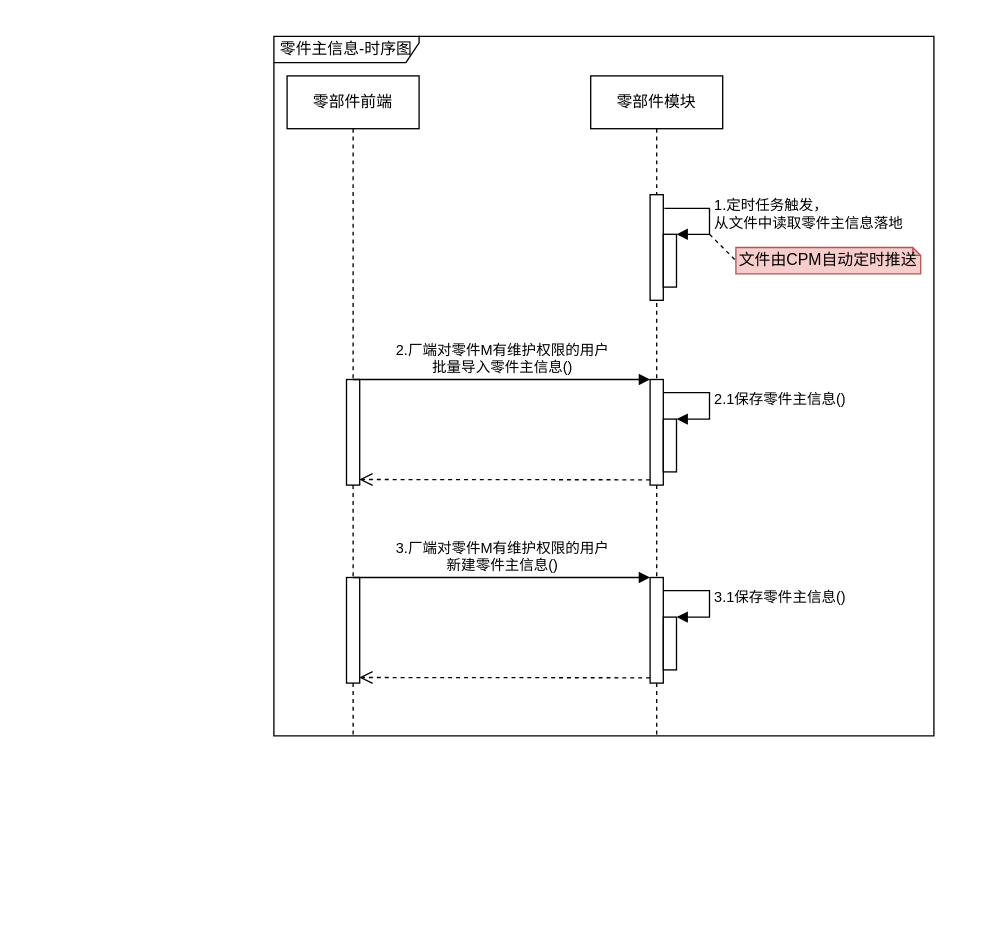
Earlier version of the draw.io diagram page "时序图" (1 of 6) of 零件主信息.drawio (1132489442/gitRepository1). Source tidied: cells renumbered, new cells numbered last; positions are measured from the earlier drawing's top-left corner, leaving out a move shared by most shapes. Both pictures are drawn from the tidied source at 132%, with x=0, y=0 at pixel (273, 36).
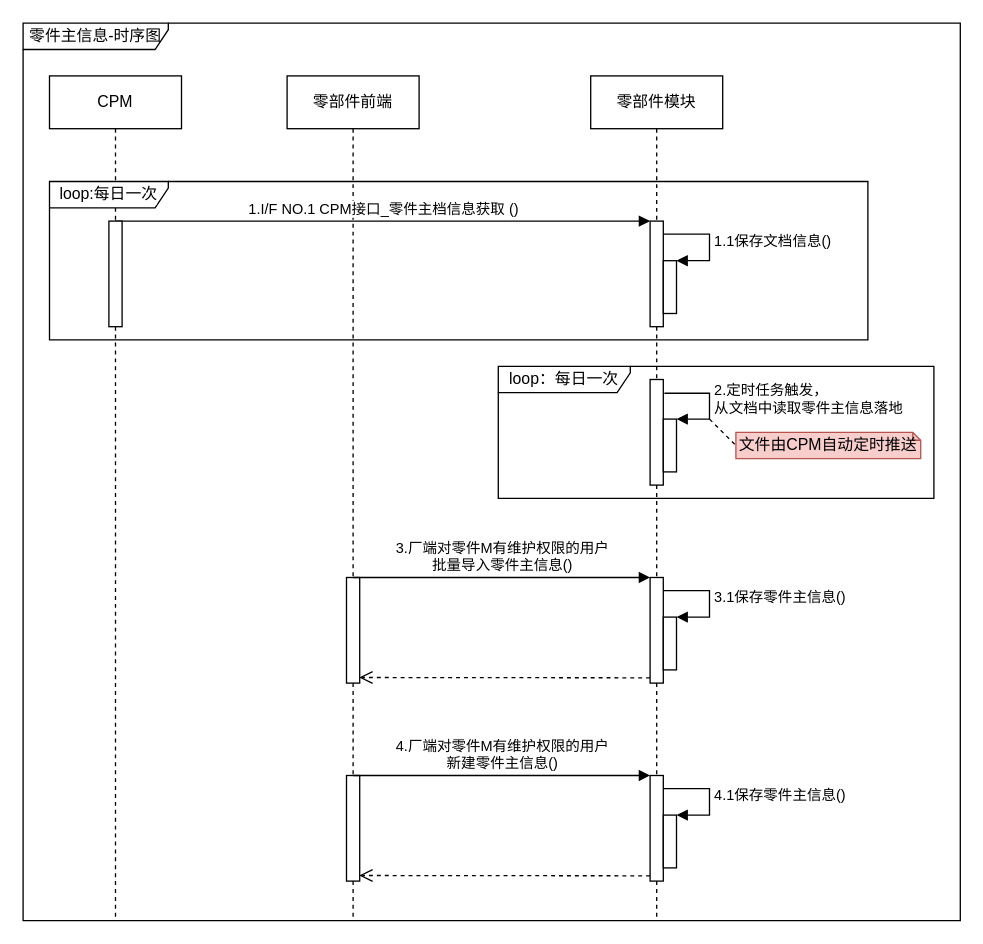
After the change.

Diff of the diagram source:
```diff
@@
     <mxCell id="2" value="零部件模块" style="shape=umlLifeline;perimeter=lifelinePerimeter;whiteSpace=wrap;html=1;" parent="1" vertex="1">
-      <mxGeometry x="240" y="30" width="100" height="500" as="geometry" />
+      <mxGeometry x="240" y="30" width="100" height="640" as="geometry" />
     </mxCell>
     <mxCell id="3" style="html=1;points=[];perimeter=orthogonalPerimeter;" parent="2" vertex="1">
-      <mxGeometry x="45" y="90" width="10" height="80" as="geometry" />
+      <mxGeometry x="45" y="230" width="10" height="80" as="geometry" />
     </mxCell>
     <mxCell id="4" style="html=1;points=[];perimeter=orthogonalPerimeter;" parent="2" vertex="1">
-      <mxGeometry x="55" y="120" width="10" height="40" as="geometry" />
+      <mxGeometry x="55" y="260" width="10" height="40" as="geometry" />
     </mxCell>
-    <mxCell id="5" value="1.定时任务触发，&lt;br&gt;从文件中读取零件主信息落地" style="edgeStyle=orthogonalEdgeStyle;html=1;align=left;spacingLeft=2;endArrow=block;rounded=0;entryX=1;entryY=0;exitX=1.083;exitY=0.13;exitDx=0;exitDy=0;exitPerimeter=0;" parent="2" edge="1" source="3" target="4">
+    <mxCell id="5" value="2.定时任务触发，&lt;br&gt;从文档中读取零件主信息落地" style="edgeStyle=orthogonalEdgeStyle;html=1;align=left;spacingLeft=2;endArrow=block;rounded=0;entryX=1;entryY=0;exitX=1.083;exitY=0.13;exitDx=0;exitDy=0;exitPerimeter=0;" parent="2" edge="1" source="3" target="4">
       <mxGeometry relative="1" as="geometry">
         <Array as="points">
-          <mxPoint x="90" y="100" />
-          <mxPoint x="90" y="120" />
+          <mxPoint x="90" y="240" />
+          <mxPoint x="90" y="260" />
         </Array>
       </mxGeometry>
     </mxCell>
     <mxCell id="6" style="html=1;points=[];perimeter=orthogonalPerimeter;" parent="2" vertex="1">
-      <mxGeometry x="45" y="230" width="10" height="80" as="geometry" />
+      <mxGeometry x="45" y="380" width="10" height="80" as="geometry" />
     </mxCell>
     <mxCell id="7" style="html=1;points=[];perimeter=orthogonalPerimeter;" parent="2" vertex="1">
-      <mxGeometry x="55" y="260" width="10" height="40" as="geometry" />
+      <mxGeometry x="55" y="410" width="10" height="40" as="geometry" />
     </mxCell>
-    <mxCell id="8" value="2.1保存零件主信息()" style="edgeStyle=orthogonalEdgeStyle;html=1;align=left;spacingLeft=2;endArrow=block;rounded=0;entryX=1;entryY=0;exitX=1.041;exitY=0.124;exitDx=0;exitDy=0;exitPerimeter=0;" parent="2" edge="1" source="6" target="7">
+    <mxCell id="8" value="3.1保存零件主信息()" style="edgeStyle=orthogonalEdgeStyle;html=1;align=left;spacingLeft=2;endArrow=block;rounded=0;entryX=1;entryY=0;exitX=1.041;exitY=0.124;exitDx=0;exitDy=0;exitPerimeter=0;" parent="2" edge="1" source="6" target="7">
       <mxGeometry relative="1" as="geometry">
         <Array as="points">
-          <mxPoint x="90" y="240" />
-          <mxPoint x="90" y="260" />
+          <mxPoint x="90" y="390" />
+          <mxPoint x="90" y="410" />
         </Array>
       </mxGeometry>
     </mxCell>
     <mxCell id="9" value="零部件前端" style="shape=umlLifeline;perimeter=lifelinePerimeter;whiteSpace=wrap;html=1;" parent="1" vertex="1">
-      <mxGeometry x="10" y="30" width="100" height="500" as="geometry" />
+      <mxGeometry x="10" y="30" width="100" height="640" as="geometry" />
     </mxCell>
     <mxCell id="10" style="html=1;points=[];perimeter=orthogonalPerimeter;" parent="9" vertex="1">
-      <mxGeometry x="45" y="230" width="10" height="80" as="geometry" />
+      <mxGeometry x="45" y="380" width="10" height="80" as="geometry" />
     </mxCell>
     <mxCell id="11" value="文件由CPM自动定时推送" style="shape=note;whiteSpace=wrap;html=1;backgroundOutline=1;darkOpacity=0.05;size=6;fillColor=#f8cecc;strokeColor=#b85450;" parent="1" vertex="1">
-      <mxGeometry x="350" y="160" width="140" height="20" as="geometry" />
+      <mxGeometry x="350" y="300" width="140" height="20" as="geometry" />
     </mxCell>
     <mxCell id="12" style="endArrow=none;dashed=1;html=1;rounded=0;entryX=0;entryY=0.5;entryDx=0;entryDy=0;entryPerimeter=0;" parent="1" edge="1" target="11">
       <mxGeometry relative="1" as="geometry">
-        <mxPoint x="330" y="150" as="sourcePoint" />
+        <mxPoint x="330" y="290" as="sourcePoint" />
       </mxGeometry>
     </mxCell>
-    <mxCell id="13" value="2.厂端对零件M有维护权限的用户&lt;br&gt;批量导入零件主信息()" style="html=1;verticalAlign=bottom;endArrow=block;entryX=0;entryY=0;rounded=0;" parent="1" edge="1" target="6">
+    <mxCell id="13" value="3.厂端对零件M有维护权限的用户&lt;br&gt;批量导入零件主信息()" style="html=1;verticalAlign=bottom;endArrow=block;entryX=0;entryY=0;rounded=0;" parent="1" edge="1" target="6">
       <mxGeometry relative="1" as="geometry">
-        <mxPoint x="60" y="260" as="sourcePoint" />
+        <mxPoint x="60" y="410" as="sourcePoint" />
       </mxGeometry>
     </mxCell>
@@
     <mxCell id="15" style="html=1;points=[];perimeter=orthogonalPerimeter;" parent="1" vertex="1">
-      <mxGeometry x="285" y="410" width="10" height="80" as="geometry" />
+      <mxGeometry x="285" y="560" width="10" height="80" as="geometry" />
     </mxCell>
     <mxCell id="16" style="html=1;points=[];perimeter=orthogonalPerimeter;" parent="1" vertex="1">
-      <mxGeometry x="295" y="440" width="10" height="40" as="geometry" />
+      <mxGeometry x="295" y="590" width="10" height="40" as="geometry" />
     </mxCell>
-    <mxCell id="17" value="3.1保存零件主信息()" style="edgeStyle=orthogonalEdgeStyle;html=1;align=left;spacingLeft=2;endArrow=block;rounded=0;entryX=1;entryY=0;exitX=1.041;exitY=0.124;exitDx=0;exitDy=0;exitPerimeter=0;" parent="1" edge="1" source="15" target="16">
+    <mxCell id="17" value="4.1保存零件主信息()" style="edgeStyle=orthogonalEdgeStyle;html=1;align=left;spacingLeft=2;endArrow=block;rounded=0;entryX=1;entryY=0;exitX=1.041;exitY=0.124;exitDx=0;exitDy=0;exitPerimeter=0;" parent="1" edge="1" source="15" target="16">
       <mxGeometry relative="1" as="geometry">
         <Array as="points">
-          <mxPoint x="330" y="420" />
-          <mxPoint x="330" y="440" />
+          <mxPoint x="330" y="570" />
+          <mxPoint x="330" y="590" />
         </Array>
       </mxGeometry>
     </mxCell>
     <mxCell id="18" style="html=1;points=[];perimeter=orthogonalPerimeter;" parent="1" vertex="1">
-      <mxGeometry x="55" y="410" width="10" height="80" as="geometry" />
+      <mxGeometry x="55" y="560" width="10" height="80" as="geometry" />
     </mxCell>
-    <mxCell id="19" value="3.厂端对零件M有维护权限的用户&lt;br&gt;新建零件主信息()" style="html=1;verticalAlign=bottom;endArrow=block;entryX=0;entryY=0;rounded=0;" parent="1" edge="1" target="15">
+    <mxCell id="19" value="4.厂端对零件M有维护权限的用户&lt;br&gt;新建零件主信息()" style="html=1;verticalAlign=bottom;endArrow=block;entryX=0;entryY=0;rounded=0;" parent="1" edge="1" target="15">
       <mxGeometry relative="1" as="geometry">
-        <mxPoint x="60" y="410" as="sourcePoint" />
+        <mxPoint x="60" y="560" as="sourcePoint" />
       </mxGeometry>
     </mxCell>
@@
     <mxCell id="21" value="零件主信息-时序图" style="shape=umlFrame;whiteSpace=wrap;html=1;width=110;height=20;" parent="1" vertex="1">
-      <mxGeometry width="500" height="530" as="geometry" />
+      <mxGeometry x="-190" y="-10" width="710" height="680" as="geometry" />
     </mxCell>
+    <mxCell id="22" style="html=1;points=[];perimeter=orthogonalPerimeter;" parent="1" vertex="1">
+      <mxGeometry x="285" y="140" width="10" height="80" as="geometry" />
+    </mxCell>
+    <mxCell id="23" style="html=1;points=[];perimeter=orthogonalPerimeter;" parent="1" vertex="1">
+      <mxGeometry x="295" y="170" width="10" height="40" as="geometry" />
+    </mxCell>
+    <mxCell id="24" value="1.1保存文档信息()" style="edgeStyle=orthogonalEdgeStyle;html=1;align=left;spacingLeft=2;endArrow=block;rounded=0;entryX=1;entryY=0;exitX=1.041;exitY=0.124;exitDx=0;exitDy=0;exitPerimeter=0;" parent="1" edge="1" source="22" target="23">
+      <mxGeometry relative="1" as="geometry">
+        <Array as="points">
+          <mxPoint x="330" y="150" />
+          <mxPoint x="330" y="170" />
+        </Array>
+      </mxGeometry>
+    </mxCell>
+    <mxCell id="25" value="1.I/F NO.1 CPM接口_零件主档信息获取 ()" style="html=1;verticalAlign=bottom;endArrow=block;entryX=0;entryY=0;rounded=0;" parent="1" edge="1" source="26" target="22">
+      <mxGeometry relative="1" as="geometry" />
+    </mxCell>
+    <mxCell id="26" value="CPM" style="shape=umlLifeline;perimeter=lifelinePerimeter;whiteSpace=wrap;html=1;outlineConnect=0;labelBackgroundColor=#FFFFFF;fillColor=#FFFFFF;" parent="1" vertex="1">
+      <mxGeometry x="-170" y="30" width="100" height="640" as="geometry" />
+    </mxCell>
+    <mxCell id="27" style="html=1;perimeter=orthogonalPerimeter;" parent="26" vertex="1">
+      <mxGeometry x="45" y="110" width="10" height="80" as="geometry" />
+    </mxCell>
+    <mxCell id="28" value="loop：每日一次" style="shape=umlFrame;whiteSpace=wrap;html=1;labelBackgroundColor=#FFFFFF;fillColor=#FFFFFF;width=100;height=20;" parent="1" vertex="1">
+      <mxGeometry x="170" y="250" width="330" height="100" as="geometry" />
+    </mxCell>
+    <mxCell id="29" value="loop:每日一次" style="shape=umlFrame;whiteSpace=wrap;html=1;labelBackgroundColor=#FFFFFF;fillColor=#FFFFFF;width=90;height=20;" parent="1" vertex="1">
+      <mxGeometry x="-170" y="110" width="620" height="120" as="geometry" />
+    </mxCell>
```
